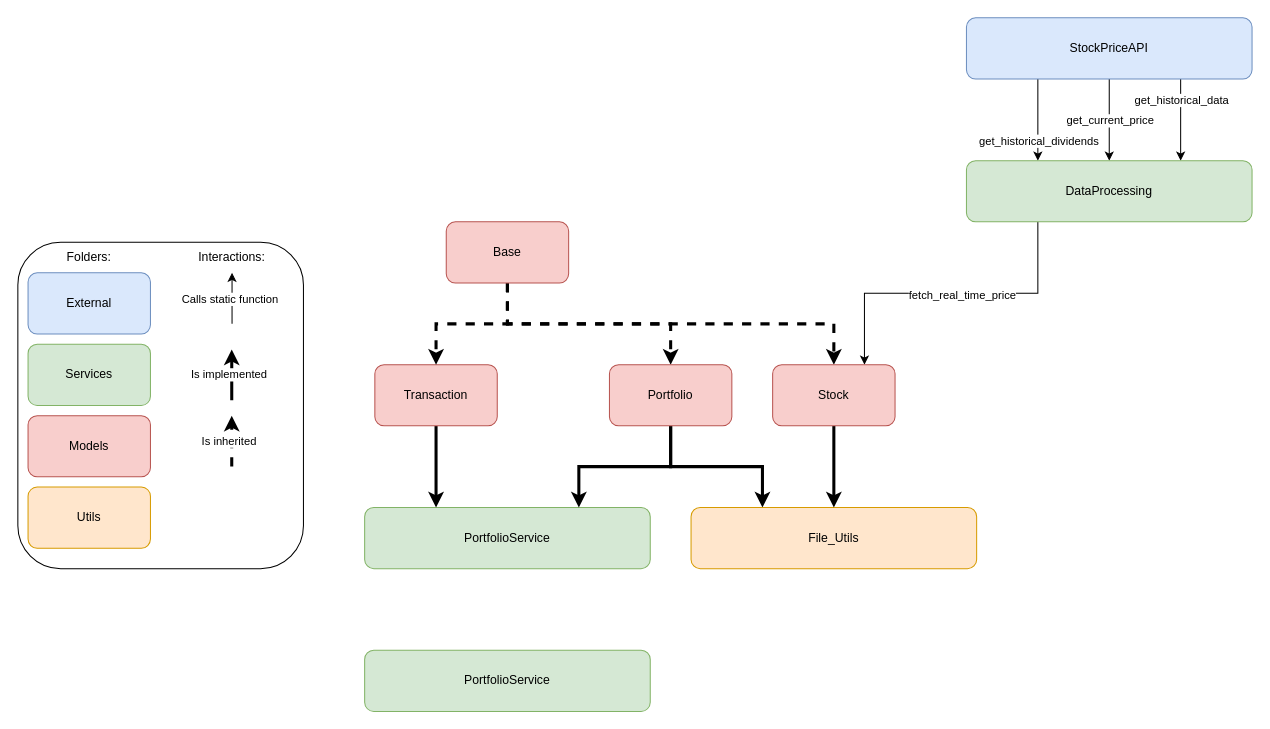
Before: page "Global Architecture" (1 of 2) of stock_portfolio_app.drawio in glongrais/Portfolio_Balancer, a draw.io diagram. Source tidied: cells renumbered, new cells numbered last; positions are measured from the earlier drawing's top-left corner, leaving out a move shared by most shapes. Both pictures are drawn from the tidied source at 102%, with x=0, y=0 at pixel (17, 17).
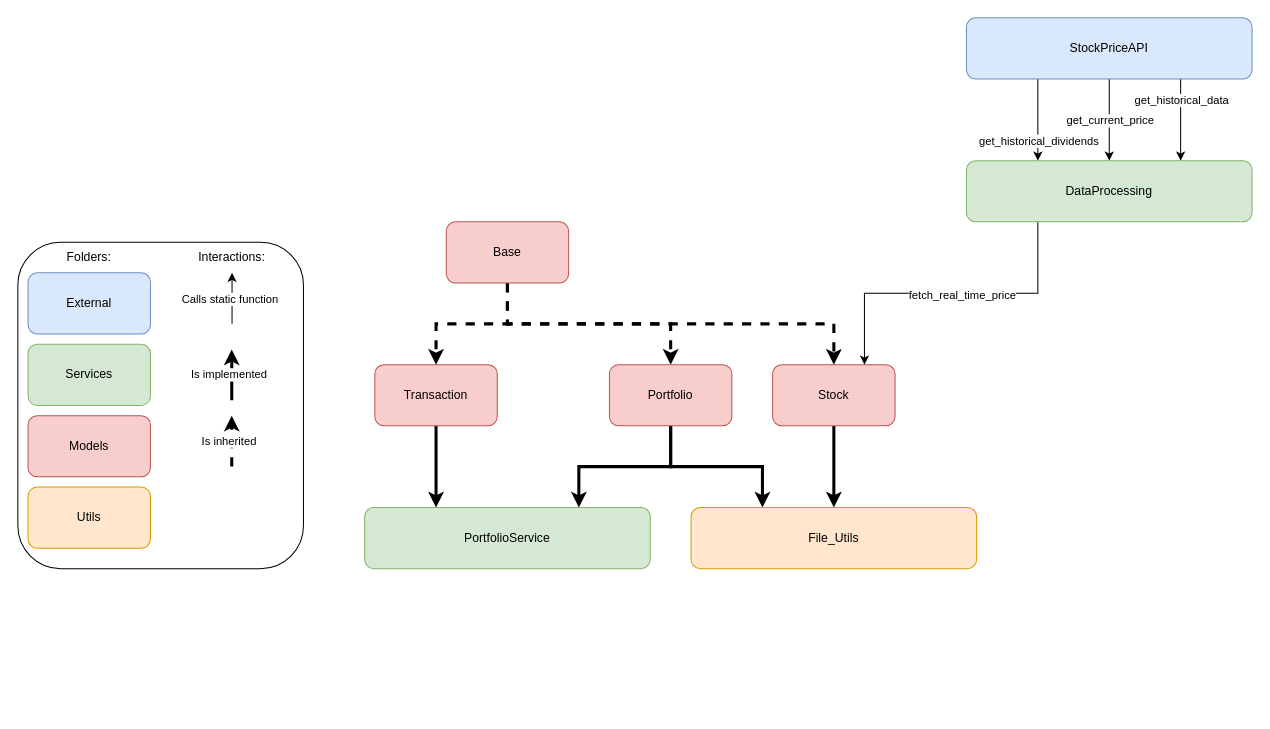
The same page after the edit.

The edit, as a diff of the source:
```diff
@@
-    <mxCell id="38" value="PortfolioService" style="rounded=1;whiteSpace=wrap;html=1;fillColor=#d5e8d4;strokeColor=#82b366;" parent="1" vertex="1">
-      <mxGeometry x="340" y="620" width="280" height="60" as="geometry" />
-    </mxCell>
```
